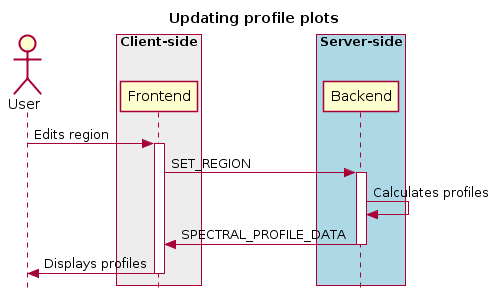
Above: docs/images/image13.png in CARTAvis/carta-protobuf (PlantUML), before the change.
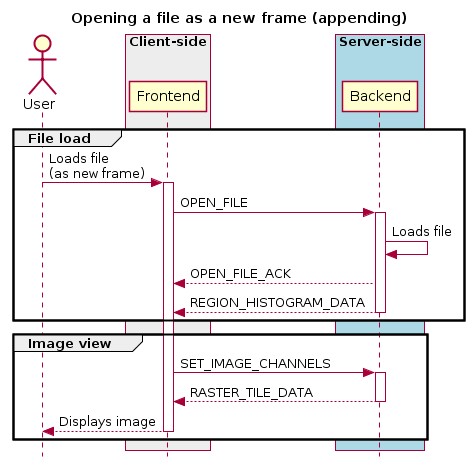
The same diagram one commit later.

What changed in the source:
```diff
@@ -1,23 +1,32 @@
 @startuml
 skinparam style strictuml
 hide footbox
-title Updating profile plots
+title Opening a file as a new frame (appending)
 
 actor User
-box "Client-side" #EDEDED
+box "Client-side"  #EDEDED
         participant Frontend
 end box
 
 box "Server-side" #lightblue
 	participant Backend
 end box
-User -> Frontend: Edits region
+group File load
+User -> Frontend : Loads file\n(as new frame)
 activate Frontend
-Frontend -> Backend : SET_REGION
+Frontend -> Backend : OPEN_FILE
 activate Backend
-Backend <- Backend : Calculates profiles
-Frontend <- Backend : SPECTRAL_PROFILE_DATA
+Backend -> Backend : Loads file
+Frontend <-- Backend : OPEN_FILE_ACK
+Frontend <-- Backend : REGION_HISTOGRAM_DATA
 deactivate Backend
-User <- Frontend : Displays profiles
+end
+group Image view
+Frontend -> Backend : SET_IMAGE_CHANNELS
+activate Backend
+Frontend <-- Backend : RASTER_TILE_DATA
+deactivate Backend
+User <-- Frontend: Displays image
 deactivate Frontend
+end
 @enduml
```
